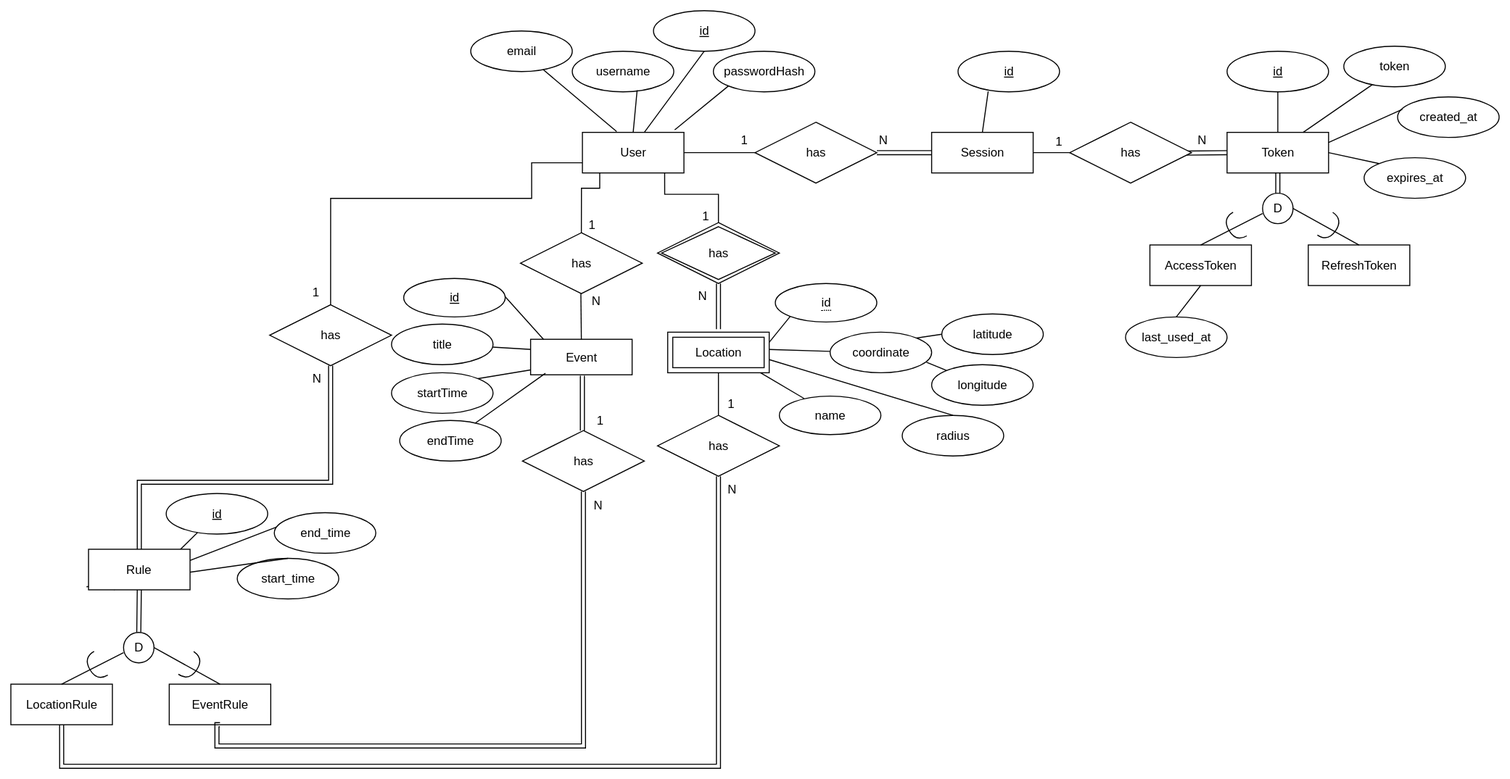
The draw.io diagram docs/er.drawio.svg in GoncaloRibeiro6533/TASA, before a commit. Source tidied: cells renumbered, new cells last; positions are measured from the earlier drawing's top-left corner, leaving out a move shared by most shapes.
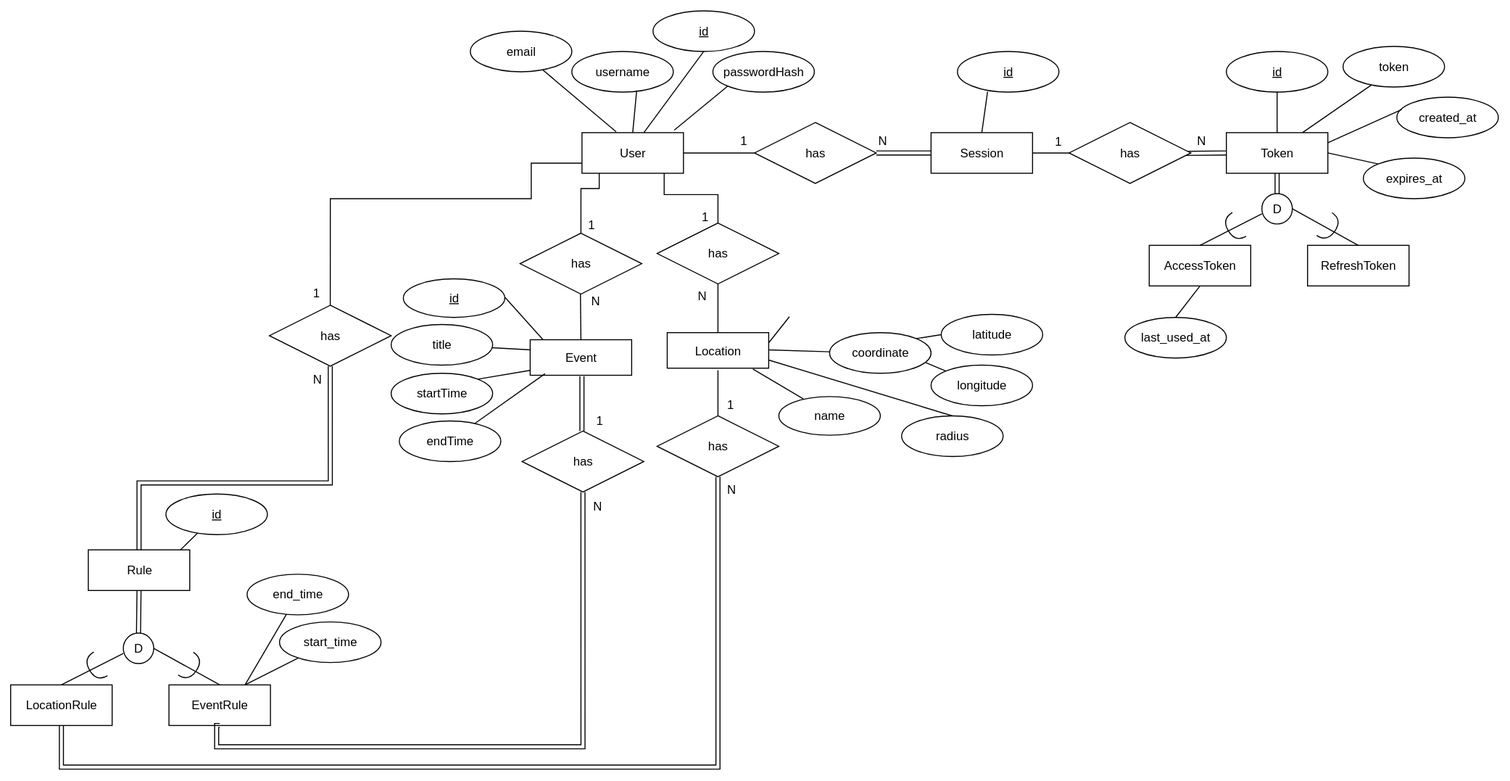
Above is the later version.

Diff of the diagram source:
```diff
@@ -41,18 +41,16 @@
       <mxGeometry x="713" y="114" width="40" height="30" as="geometry" />
     </mxCell>
     <mxCell id="14" value="start_time&lt;span style=&quot;color: rgba(0, 0, 0, 0); font-family: monospace; font-size: 0px; text-align: start; text-wrap-mode: nowrap;&quot;&gt;%3CmxGraphModel%3E%3Croot%3E%3CmxCell%20id%3D%220%22%2F%3E%3CmxCell%20id%3D%221%22%20parent%3D%220%22%2F%3E%3CmxCell%20id%3D%222%22%20value%3D%22name%22%20style%3D%22ellipse%3BwhiteSpace%3Dwrap%3Bhtml%3D1%3Balign%3Dcenter%3B%22%20vertex%3D%221%22%20parent%3D%221%22%3E%3CmxGeometry%20x%3D%2290%22%20y%3D%22550%22%20width%3D%22100%22%20height%3D%2240%22%20as%3D%22geometry%22%2F%3E%3C%2FmxCell%3E%3C%2Froot%3E%3C%2FmxGraphModel%3E&lt;/span&gt;" style="ellipse;whiteSpace=wrap;html=1;align=center;labelBackgroundColor=none;" parent="1" vertex="1">
-      <mxGeometry x="223" y="540" width="100" height="40" as="geometry" />
+      <mxGeometry x="265" y="602" width="100" height="40" as="geometry" />
     </mxCell>
-    <mxCell id="15" style="endArrow=none;html=1;rounded=0;entryX=0.5;entryY=0;entryDx=0;entryDy=0;labelBackgroundColor=none;fontColor=default;" parent="1" edge="1" target="14">
-      <mxGeometry relative="1" as="geometry">
-        <mxPoint x="74.5" y="568" as="sourcePoint" />
-      </mxGeometry>
+    <mxCell id="15" style="endArrow=none;html=1;rounded=0;labelBackgroundColor=none;fontColor=default;exitX=0.75;exitY=0;exitDx=0;exitDy=0;" parent="1" edge="1" source="90" target="14">
+      <mxGeometry relative="1" as="geometry" />
     </mxCell>
-    <mxCell id="16" style="endArrow=none;html=1;rounded=0;entryX=0.303;entryY=0.081;entryDx=0;entryDy=0;exitX=0.25;exitY=1;exitDx=0;exitDy=0;entryPerimeter=0;labelBackgroundColor=none;fontColor=default;" parent="1" edge="1" source="29" target="17">
+    <mxCell id="16" style="endArrow=none;html=1;rounded=0;exitX=0.75;exitY=0;exitDx=0;exitDy=0;labelBackgroundColor=none;fontColor=default;" parent="1" edge="1" source="90" target="17">
       <mxGeometry relative="1" as="geometry" />
     </mxCell>
     <mxCell id="17" value="end_time&lt;span style=&quot;color: rgba(0, 0, 0, 0); font-family: monospace; font-size: 0px; text-align: start; text-wrap-mode: nowrap;&quot;&gt;%3CmxGraphModel%3E%3Croot%3E%3CmxCell%20id%3D%220%22%2F%3E%3CmxCell%20id%3D%221%22%20parent%3D%220%22%2F%3E%3CmxCell%20id%3D%222%22%20value%3D%22name%22%20style%3D%22ellipse%3BwhiteSpace%3Dwrap%3Bhtml%3D1%3Balign%3Dcenter%3B%22%20vertex%3D%221%22%20parent%3D%221%22%3E%3CmxGeometry%20x%3D%2290%22%20y%3D%22550%22%20width%3D%22100%22%20height%3D%2240%22%20as%3D%22geometry%22%2F%3E%3C%2FmxCell%3E%3C%2Froot%3E%3C%2FmxGraphModel%3E&lt;/span&gt;" style="ellipse;whiteSpace=wrap;html=1;align=center;labelBackgroundColor=none;" parent="1" vertex="1">
-      <mxGeometry x="259.5" y="495" width="100" height="40" as="geometry" />
+      <mxGeometry x="233" y="555" width="100" height="40" as="geometry" />
     </mxCell>
     <mxCell id="18" style="endArrow=none;html=1;rounded=0;entryX=0.5;entryY=1;entryDx=0;entryDy=0;labelBackgroundColor=none;fontColor=default;" parent="1" edge="1" source="22" target="29">
       <mxGeometry relative="1" as="geometry" />
@@ -103,11 +101,6 @@
     <mxCell id="31" value="1" style="text;strokeColor=none;fillColor=none;spacingLeft=4;spacingRight=4;overflow=hidden;fontSize=12;whiteSpace=wrap;html=1;labelBackgroundColor=none;" parent="1" vertex="1">
       <mxGeometry x="675" y="189" width="25" height="30" as="geometry" />
     </mxCell>
-    <mxCell id="32" style="endArrow=none;html=1;rounded=0;entryX=0.5;entryY=0;entryDx=0;entryDy=0;shape=link;labelBackgroundColor=none;fontColor=default;" parent="1" edge="1" source="40">
-      <mxGeometry relative="1" as="geometry">
-        <mxPoint x="697" y="314" as="targetPoint" />
-      </mxGeometry>
-    </mxCell>
     <mxCell id="33" style="endArrow=none;html=1;rounded=0;exitX=0.5;exitY=1;exitDx=0;exitDy=0;entryX=0.5;entryY=0;entryDx=0;entryDy=0;labelBackgroundColor=none;fontColor=default;" parent="1" edge="1" target="19">
       <mxGeometry relative="1" as="geometry">
         <mxPoint x="697" y="354" as="sourcePoint" />
@@ -132,17 +125,11 @@
     <mxCell id="38" value="name" style="ellipse;whiteSpace=wrap;html=1;align=center;labelBackgroundColor=none;" parent="1" vertex="1">
       <mxGeometry x="757" y="380" width="100" height="38" as="geometry" />
     </mxCell>
-    <mxCell id="39" value="Location" style="shape=ext;margin=3;double=1;whiteSpace=wrap;html=1;align=center;labelBackgroundColor=none;" parent="1" vertex="1">
-      <mxGeometry x="647" y="317" width="100" height="40" as="geometry" />
-    </mxCell>
-    <mxCell id="40" value="has" style="shape=rhombus;double=1;perimeter=rhombusPerimeter;whiteSpace=wrap;html=1;align=center;labelBackgroundColor=none;" parent="1" vertex="1">
-      <mxGeometry x="637" y="209" width="120" height="60" as="geometry" />
-    </mxCell>
-    <mxCell id="41" value="&lt;span style=&quot;border-bottom: 1px dotted&quot;&gt;id&lt;/span&gt;" style="ellipse;whiteSpace=wrap;html=1;align=center;labelBackgroundColor=none;" parent="1" vertex="1">
-      <mxGeometry x="753" y="269" width="100" height="38" as="geometry" />
-    </mxCell>
-    <mxCell id="42" style="endArrow=none;html=1;rounded=0;entryX=1;entryY=0.25;entryDx=0;entryDy=0;exitX=0;exitY=1;exitDx=0;exitDy=0;labelBackgroundColor=none;fontColor=default;" parent="1" edge="1" source="41" target="39">
-      <mxGeometry relative="1" as="geometry" />
+    <mxCell id="42" style="endArrow=none;html=1;rounded=0;entryX=1;entryY=0.25;entryDx=0;entryDy=0;exitX=0;exitY=1;exitDx=0;exitDy=0;labelBackgroundColor=none;fontColor=default;" parent="1" edge="1">
+      <mxGeometry relative="1" as="geometry">
+        <mxPoint x="767.4" y="301.3" as="sourcePoint" />
+        <mxPoint x="747" y="327" as="targetPoint" />
+      </mxGeometry>
     </mxCell>
     <mxCell id="43" value="Token" style="whiteSpace=wrap;html=1;align=center;labelBackgroundColor=none;" parent="1" vertex="1">
       <mxGeometry x="1198" y="120" width="100" height="40" as="geometry" />
@@ -289,8 +276,9 @@
     <mxCell id="83" value="&lt;u&gt;id&lt;/u&gt;" style="ellipse;whiteSpace=wrap;html=1;align=center;labelBackgroundColor=none;" parent="1" vertex="1">
       <mxGeometry x="387" y="264" width="100" height="38" as="geometry" />
     </mxCell>
-    <mxCell id="84" style="endArrow=none;html=1;rounded=0;entryX=0.81;entryY=1.003;entryDx=0;entryDy=0;edgeStyle=orthogonalEdgeStyle;entryPerimeter=0;exitX=0.5;exitY=0;exitDx=0;exitDy=0;labelBackgroundColor=none;fontColor=default;" parent="1" edge="1" source="40" target="2">
+    <mxCell id="84" style="endArrow=none;html=1;rounded=0;entryX=0.81;entryY=1.003;entryDx=0;entryDy=0;edgeStyle=orthogonalEdgeStyle;entryPerimeter=0;exitX=0.5;exitY=0;exitDx=0;exitDy=0;labelBackgroundColor=none;fontColor=default;" parent="1" edge="1" target="2">
       <mxGeometry relative="1" as="geometry">
+        <mxPoint x="697" y="209" as="sourcePoint" />
         <Array as="points">
           <mxPoint x="697" y="181" />
           <mxPoint x="644" y="181" />
@@ -379,5 +367,14 @@
     <mxCell id="104" style="endArrow=none;html=1;rounded=0;exitX=0.146;exitY=0.958;exitDx=0;exitDy=0;labelBackgroundColor=none;fontColor=default;exitPerimeter=0;" parent="1" edge="1" source="99" target="103">
       <mxGeometry relative="1" as="geometry" />
     </mxCell>
+    <mxCell id="39" value="Location" style="whiteSpace=wrap;html=1;align=center;labelBackgroundColor=none;" parent="1" vertex="1">
+      <mxGeometry x="647" y="317" width="100" height="35" as="geometry" />
+    </mxCell>
+    <mxCell id="40" value="has" style="shape=rhombus;perimeter=rhombusPerimeter;whiteSpace=wrap;html=1;align=center;labelBackgroundColor=none;" parent="1" vertex="1">
+      <mxGeometry x="637" y="209" width="120" height="60" as="geometry" />
+    </mxCell>
+    <mxCell id="105" style="endArrow=none;html=1;rounded=0;edgeStyle=orthogonalEdgeStyle;exitX=0.5;exitY=0;exitDx=0;exitDy=0;labelBackgroundColor=none;fontColor=default;entryX=0.5;entryY=1;entryDx=0;entryDy=0;" parent="1" edge="1" source="39" target="40">
+      <mxGeometry relative="1" as="geometry" />
+    </mxCell>
   </root>
 </mxGraphModel>
```
